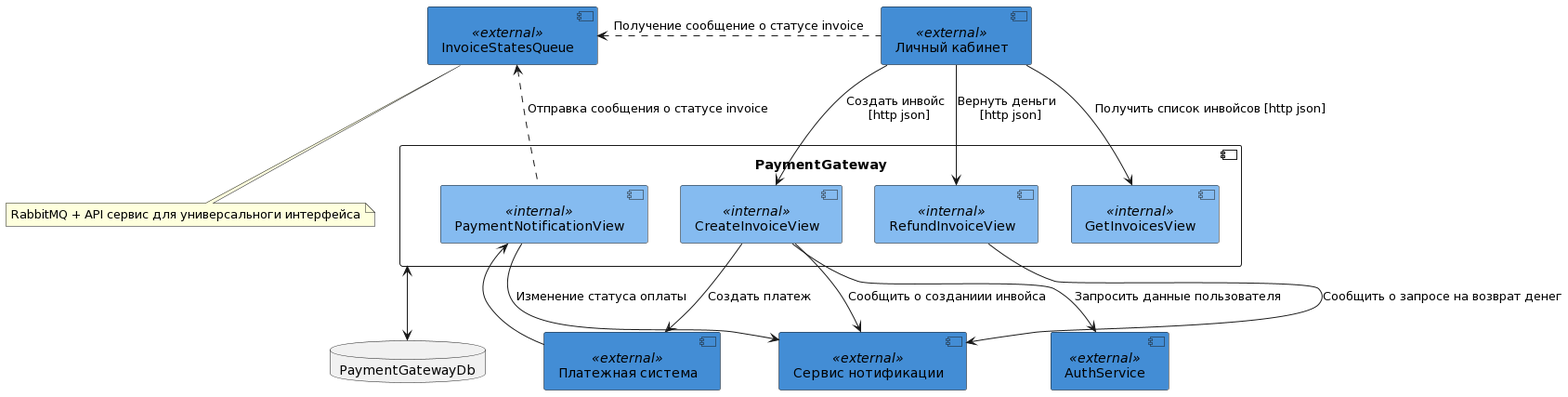
Above: docs/C4_lvl3_gateway.png in YauheniKr/graduate_work (PlantUML), before the change.
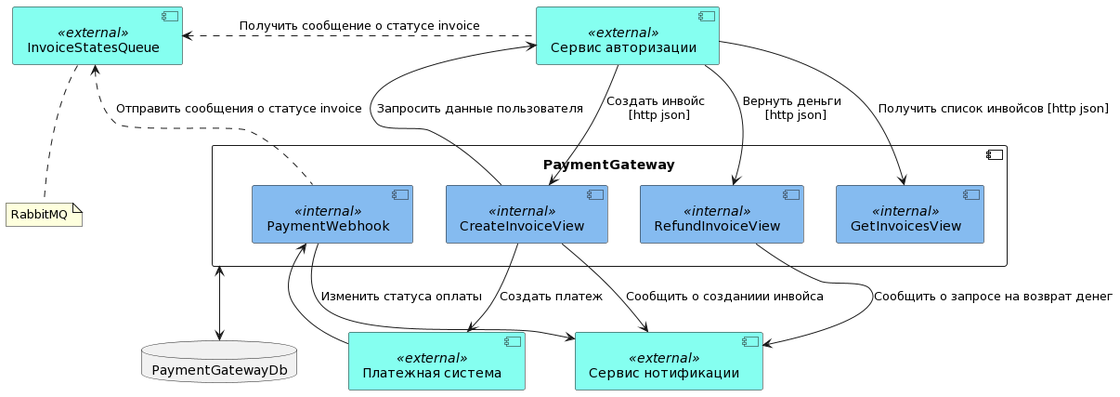
Above is the later version.

What changed in the source:
```diff
@@ -1,16 +1,16 @@
 @startuml
 skinparam component {
-    backgroundColor<<external>> #438dd5
+    backgroundColor<<dev>> #8577a0
+    backgroundColor<<external>> #85fff0
     backgroundColor<<internal>> #85bbf0
 }
 
 component "Платежная система" as PaymentSystem <<external>>
-component AuthService <<external>>
-component "Личный кабинет" as PersonalArea <<external>>
+component "Сервис авторизации" as AuthService <<external>>
 component "Сервис нотификации" as NotificationService <<external>>
 component InvoiceStatesQueue <<external>>
 note bottom of InvoiceStatesQueue
-    RabbitMQ + API сервиc для универсальноги интерфейса
+    RabbitMQ
 end note
 
 component PaymentGateway {
@@ -18,25 +18,25 @@
     component CreateInvoiceView <<internal>>
     component RefundInvoiceView <<internal>>
 
-    component PaymentNotificationView <<internal>>
+    component PaymentWebhook <<internal>>
 }
 
 database PaymentGatewayDb
 PaymentGateway <--> PaymentGatewayDb
 
-PaymentNotificationView .up.> InvoiceStatesQueue: Отправка сообщения о статусе invoice
-PersonalArea .left.> InvoiceStatesQueue: Получение сообщение о статусе invoice
+PaymentWebhook .up.> InvoiceStatesQueue: Отправить сообщения о статусе invoice
+AuthService .left.> InvoiceStatesQueue: Получить сообщение о статусе invoice
 
-PersonalArea --> CreateInvoiceView: Создать инвойс \n [http json]
-PersonalArea --> RefundInvoiceView: Вернуть деньги \n [http json]
-PersonalArea --> GetInvoicesView: Получить список инвойсов [http json]
+AuthService --> CreateInvoiceView: Создать инвойс \n [http json]
+AuthService --> RefundInvoiceView: Вернуть деньги \n [http json]
+AuthService --> GetInvoicesView: Получить список инвойсов [http json]
 
 CreateInvoiceView --> AuthService: Запросить данные пользователя
 CreateInvoiceView --> PaymentSystem: Создать платеж
 
-PaymentSystem -up-> PaymentNotificationView
+PaymentSystem -up-> PaymentWebhook
 
-PaymentNotificationView --> NotificationService: Изменение статуса оплаты
+PaymentWebhook --> NotificationService: Изменить статуса оплаты
 CreateInvoiceView --> NotificationService: Сообщить о созданиии инвойса
 RefundInvoiceView --> NotificationService: Сообщить о запросе на возврат денег
 @enduml
```
